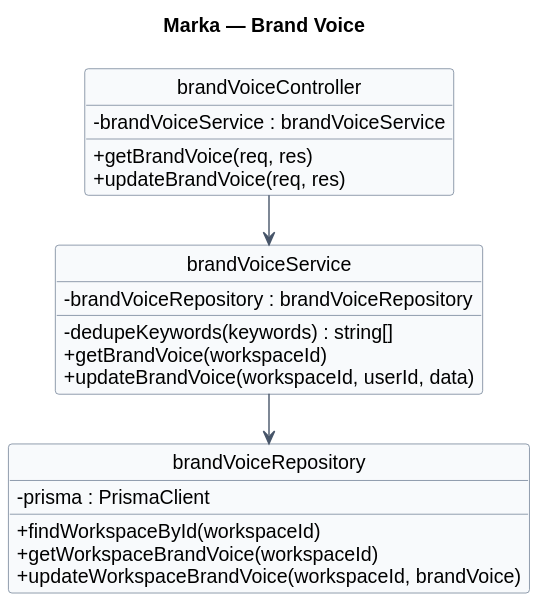
Above: docs/diagrams/03-brandvoice.svg in Pham-Hong-Ky/marka-capstone (PlantUML), before the change.
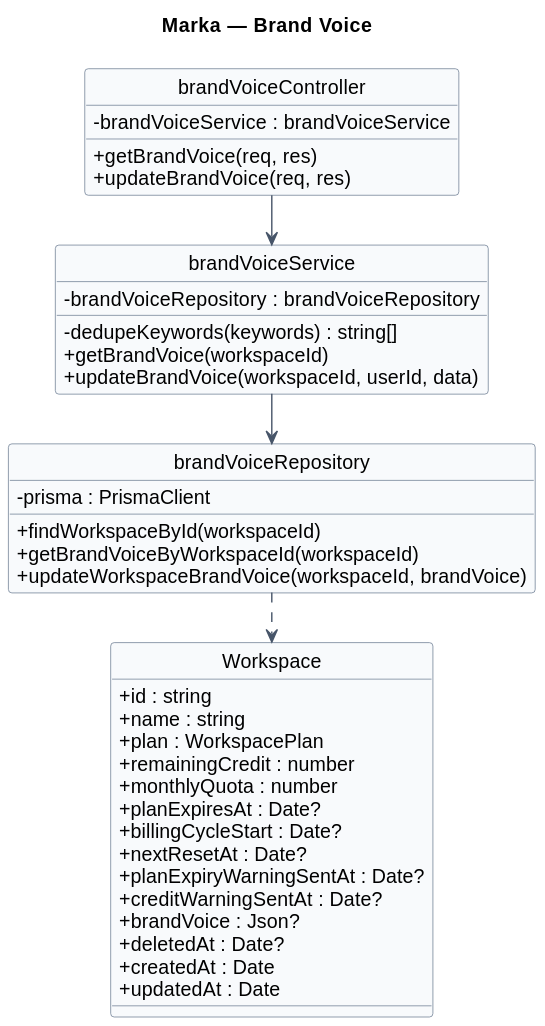
Above is the later version.

Diff of the diagram source:
```diff
@@ -8,12 +8,29 @@
 skinparam linetype ortho
 skinparam shadowing false
 skinparam defaultFontName Arial
-skinparam nodesep 30
+skinparam nodesep 40
 skinparam ranksep 50
 skinparam class {
   BackgroundColor #F8FAFC
   BorderColor #64748B
   ArrowColor #475569
+}
+
+class "Workspace" as Workspace {
+  + id : string
+  + name : string
+  + plan : WorkspacePlan
+  + remainingCredit : number
+  + monthlyQuota : number
+  + planExpiresAt : Date?
+  + billingCycleStart : Date?
+  + nextResetAt : Date?
+  + planExpiryWarningSentAt : Date?
+  + creditWarningSentAt : Date?
+  + brandVoice : Json?
+  + deletedAt : Date?
+  + createdAt : Date
+  + updatedAt : Date
 }
 
 class "brandVoiceController" as brandVoiceController {
@@ -32,10 +49,11 @@
 class "brandVoiceRepository" as brandVoiceRepository {
   - prisma : PrismaClient
   + findWorkspaceById(workspaceId)
-  + getWorkspaceBrandVoice(workspaceId)
+  + getBrandVoiceByWorkspaceId(workspaceId)
   + updateWorkspaceBrandVoice(workspaceId, brandVoice)
 }
 
 brandVoiceController --> brandVoiceService
 brandVoiceService --> brandVoiceRepository
+brandVoiceRepository ..> Workspace
 @enduml
```
